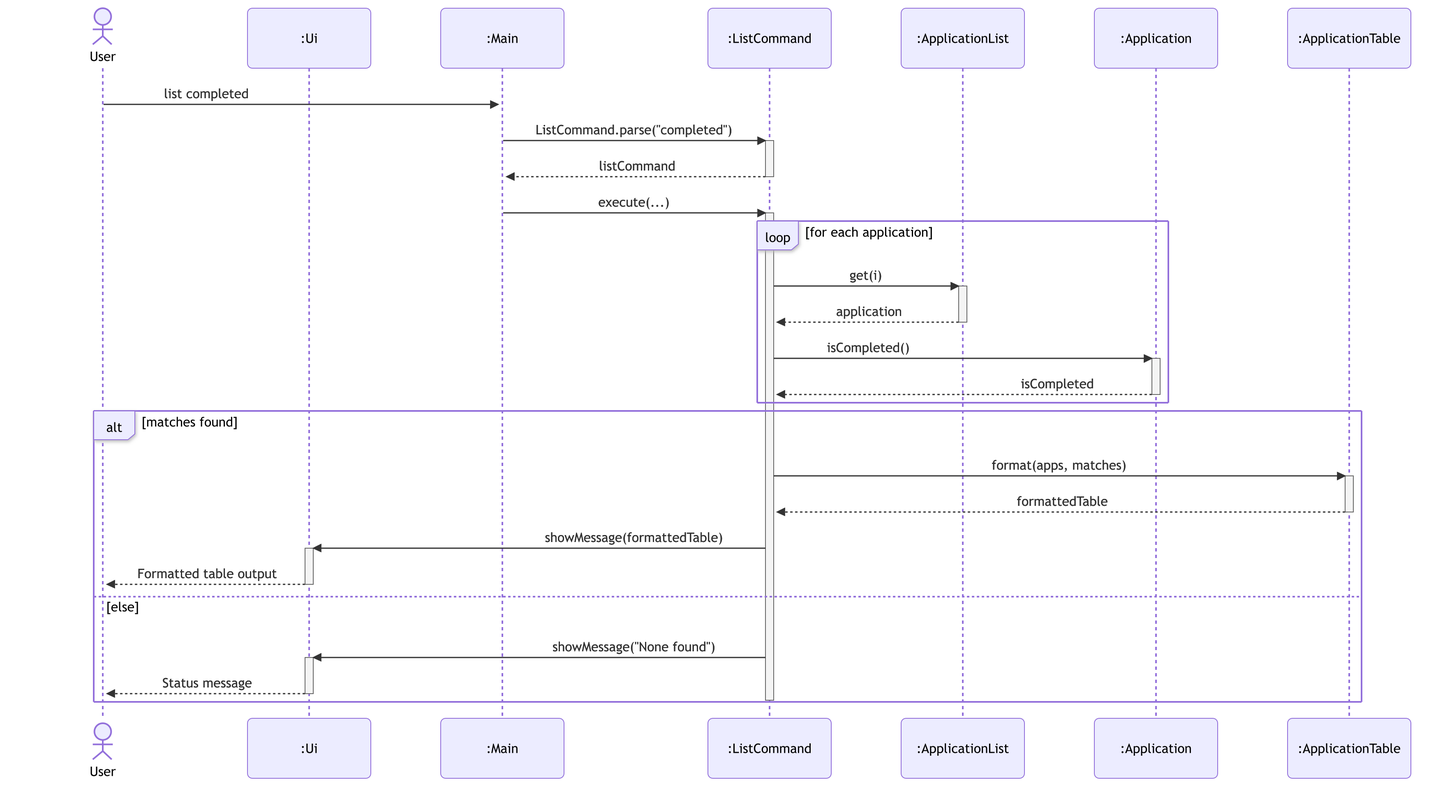
Before: docs/diagrams/list-application-sequence.png, a diagram exported from Mermaid (AY2627S1-CS2113-T10-2/tp). Its source is kept beside it as docs/diagrams/sources/list-application-sequence.mmd.
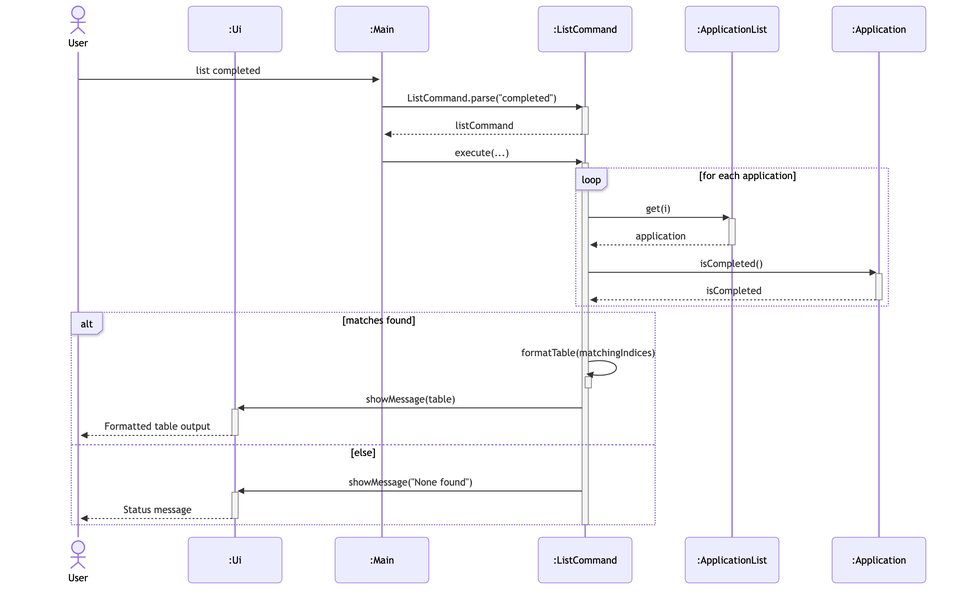
The same file after the commit.

Diff of the diagram source:
```diff
@@ -6,7 +6,6 @@
     participant cmd as :ListCommand
     participant list as :ApplicationList
     participant app as :Application
-    participant table as :ApplicationTable
 
     user->>main: list completed
     main->>cmd: ListCommand.parse("completed")
@@ -28,11 +27,10 @@
     end
 
     alt matches found
-        cmd->>table: format(apps, matches)
-        activate table
-        table-->>cmd: formattedTable
-        deactivate table
-        cmd->>ui: showMessage(formattedTable)
+        cmd->>cmd: formatTable(matchingIndices)
+        activate cmd
+        deactivate cmd
+        cmd->>ui: showMessage(table)
         activate ui
         ui-->>user: Formatted table output
         deactivate ui
```
